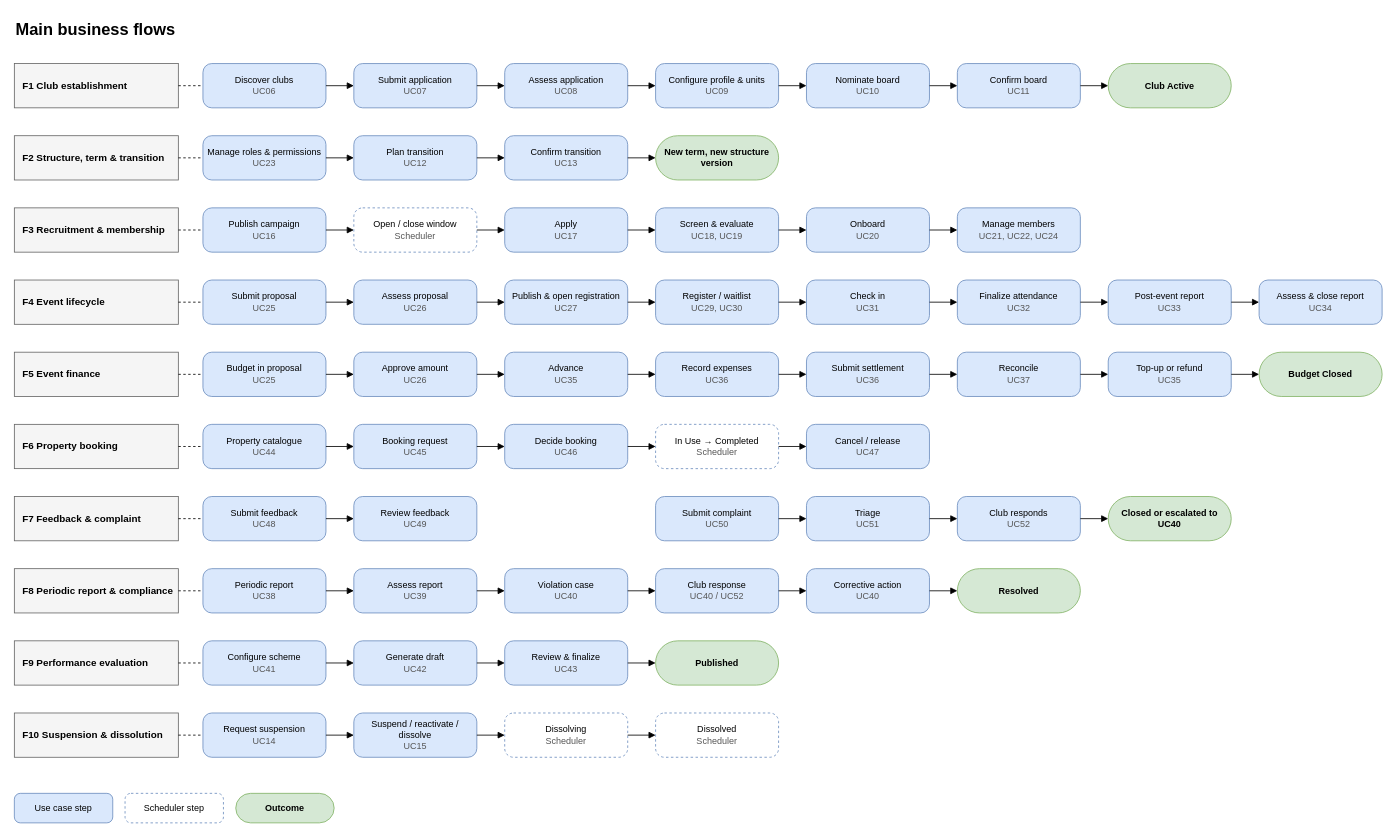
Before: page "Main business flows" (2 of 2) of docs/03-diagrams/UCMS_Organization_and_Flows.drawio in nvdekay/ClubManagementSystem, a draw.io diagram. Source tidied: cells renumbered, new cells numbered last; positions are measured from the earlier drawing's top-left corner, leaving out a move shared by most shapes. Both pictures are drawn from the tidied source at 82%, with x=0, y=0 at pixel (14, 14).
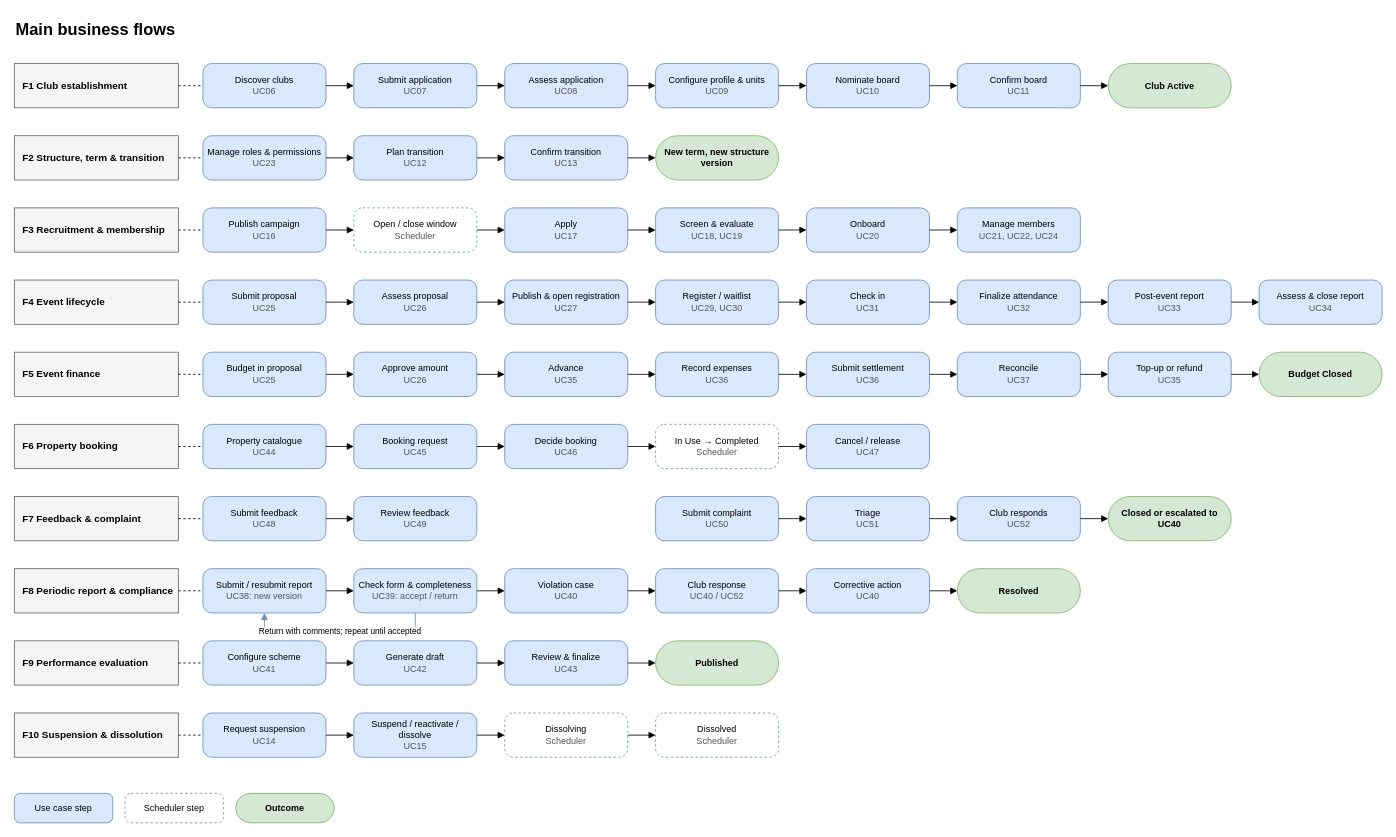
The same page after the edit.

Change to the diagram source:
```diff
@@
-    <mxCell id="98" value="Periodic report&lt;br&gt;&lt;font color=&quot;#555555&quot;&gt;UC38&lt;/font&gt;" style="rounded=1;arcSize=20;whiteSpace=wrap;html=1;fillColor=#dae8fc;strokeColor=#6c8ebf;fontSize=11;" parent="1" vertex="1">
+    <mxCell id="98" value="Submit / resubmit report&lt;br&gt;&lt;font color=&quot;#555555&quot;&gt;UC38: new version&lt;/font&gt;" style="rounded=1;arcSize=20;whiteSpace=wrap;html=1;fillColor=#dae8fc;strokeColor=#6c8ebf;fontSize=11;" parent="1" vertex="1">
       <mxGeometry x="230" y="676" width="150" height="54" as="geometry" />
     </mxCell>
@@
-    <mxCell id="100" value="Assess report&lt;br&gt;&lt;font color=&quot;#555555&quot;&gt;UC39&lt;/font&gt;" style="rounded=1;arcSize=20;whiteSpace=wrap;html=1;fillColor=#dae8fc;strokeColor=#6c8ebf;fontSize=11;" parent="1" vertex="1">
+    <mxCell id="100" value="Check form &amp;amp; completeness&lt;br&gt;&lt;font color=&quot;#555555&quot;&gt;UC39: accept / return&lt;/font&gt;" style="rounded=1;arcSize=20;whiteSpace=wrap;html=1;fillColor=#dae8fc;strokeColor=#6c8ebf;fontSize=11;" parent="1" vertex="1">
       <mxGeometry x="414" y="676" width="150" height="54" as="geometry" />
     </mxCell>
@@
+    <mxCell id="131" value="Return with comments; repeat until accepted" style="edgeStyle=orthogonalEdgeStyle;rounded=0;html=1;endArrow=block;endFill=1;strokeColor=#6c8ebf;fontSize=10;labelBackgroundColor=#ffffff;exitX=0.5;exitY=1;entryX=0.5;entryY=1;" parent="1" edge="1" source="100" target="98">
+      <mxGeometry relative="1" as="geometry">
+        <Array as="points">
+          <mxPoint x="489" y="752" />
+          <mxPoint x="305" y="752" />
+        </Array>
+      </mxGeometry>
+    </mxCell>
```
